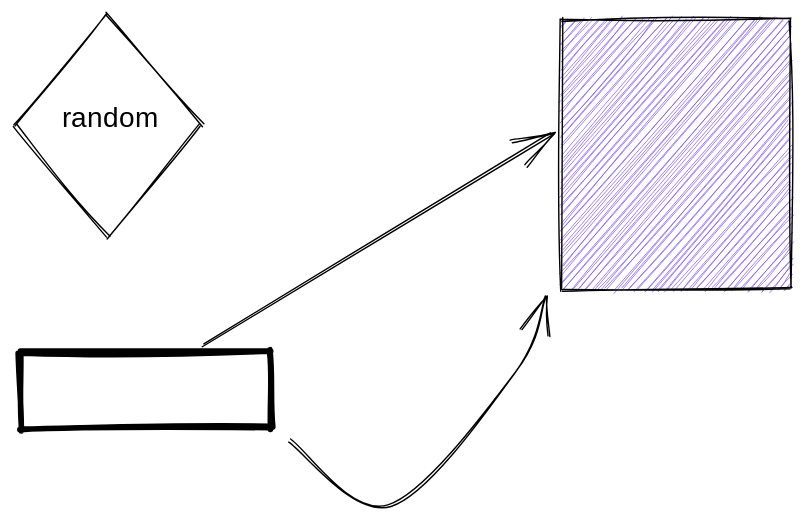
The Excalidraw diagram project-fixture/random.svg in bric3/excalidraw-jetbrains-plugin, before a commit. Source tidied: one line per element, renumbered; positions are measured from the earlier drawing's top-left corner, leaving out a move shared by most shapes.
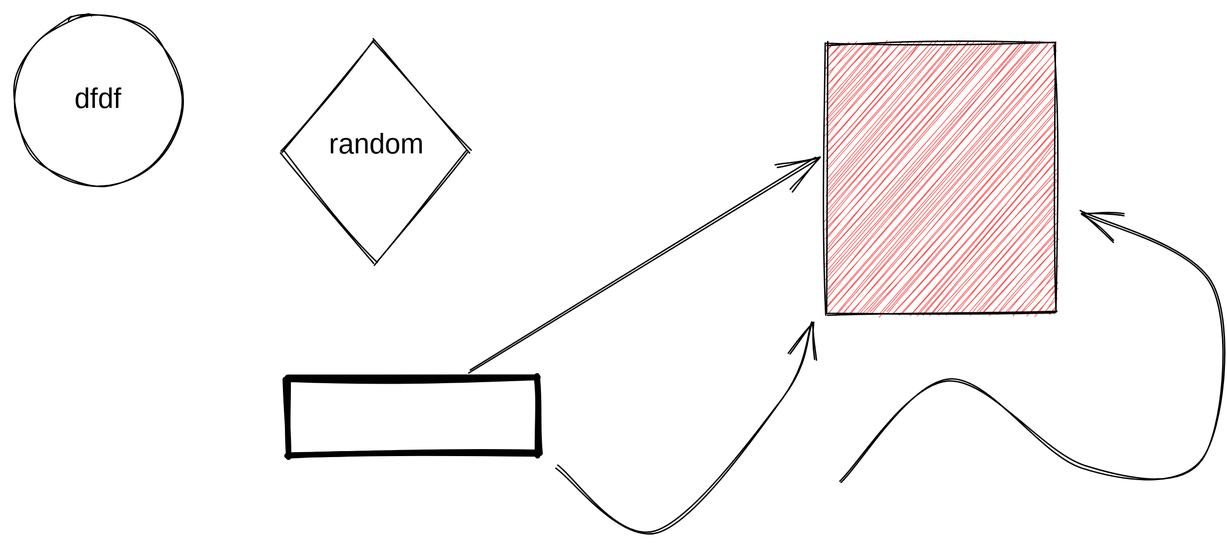
The same file after the commit.

Diff of the diagram source:
```diff
@@ -1,6 +1,9 @@
-{"id": 0, "type": "rectangle", "strokeColor": "#000000", "backgroundColor": "#7950f2", "fillStyle": "hachure", "strokeWidth": 1, "roughness": 1, "x": 391, "y": 3, "width": 164, "height": 193}
+{"id": 0, "type": "rectangle", "strokeColor": "#000000", "backgroundColor": "#fa5252", "fillStyle": "hachure", "strokeWidth": 1, "roughness": 1, "x": 390, "y": 2, "width": 164, "height": 193}
 {"id": 1, "type": "rectangle", "strokeColor": "#000000", "strokeWidth": 4, "roughness": 1, "x": 5, "y": 241, "width": 179, "height": 55}
-{"id": 2, "type": "arrow", "strokeColor": "#000000", "strokeWidth": 1, "roughness": 1, "endArrowhead": "arrow", "from": 1, "to": 0, "x": 135, "y": 236, "width": 249, "height": 151, "points": [[0, 0], [249, -151]]}
+{"id": 2, "type": "arrow", "strokeColor": "#000000", "strokeWidth": 1, "roughness": 1, "endArrowhead": "arrow", "from": 1, "to": 0, "x": 134, "y": 236, "width": 248, "height": 152, "points": [[0, 0], [248, -152]]}
-{"id": 3, "type": "arrow", "strokeColor": "#000000", "strokeWidth": 1, "roughness": 1, "endArrowhead": "arrow", "from": 1, "to": 0, "x": 197, "y": 304, "width": 183, "height": 149, "points": [[0, 0], [71, 47], [162, -49], [183, -102]]}
+{"id": 3, "type": "arrow", "strokeColor": "#000000", "strokeWidth": 1, "roughness": 1, "endArrowhead": "arrow", "from": 1, "to": 0, "x": 197, "y": 304, "width": 182, "height": 149, "points": [[0, 0], [71, 47], [162, -49], [182, -102]]}
 {"id": 4, "type": "text", "text": "random", "strokeColor": "#000000", "strokeWidth": 1, "roughness": 1, "fontSize": 20, "fontFamily": 1, "x": 34, "y": 63, "width": 67, "height": 25}
 {"id": 5, "type": "diamond", "strokeColor": "#000000", "strokeWidth": 1, "roughness": 1, "x": 0, "y": 0, "width": 134, "height": 160}
+{"id": 6, "type": "ellipse", "strokeColor": "#000000", "strokeWidth": 1, "roughness": 1, "x": -191, "y": -19, "width": 120, "height": 123}
+{"id": 7, "type": "text", "text": "dfdf", "strokeColor": "#000000", "strokeWidth": 1, "roughness": 1, "fontSize": 20, "fontFamily": 1, "textAlign": "center", "verticalAlign": "middle", "inside": 6, "x": -186, "y": 30, "width": 110, "height": 25}
+{"id": 8, "type": "arrow", "strokeColor": "#000000", "strokeWidth": 1, "roughness": 1, "endArrowhead": "arrow", "to": 0, "x": 399, "y": 316, "width": 267, "height": 193, "points": [[0, 0], [79, -74], [174, -11], [260, -17], [267, -141], [173, -193]]}
```
